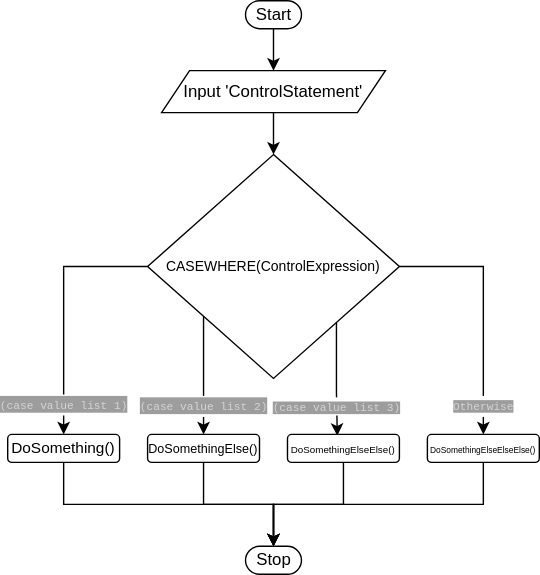
Earlier version of the draw.io export 3multiway/drawio/multiway1.drawio.svg (amydevs/php-assignments). Source tidied: cells renumbered, new cells last; positions are measured from the earlier drawing's top-left corner, leaving out a move shared by most shapes.
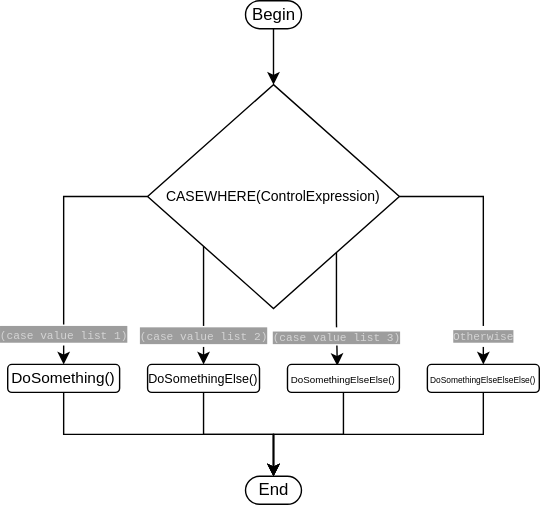
The same file after the commit.

The edit, as a diff of the source:
```diff
@@ -2,18 +2,12 @@
   <root>
     <mxCell id="0" />
     <mxCell id="1" parent="0" />
-    <mxCell id="2" style="edgeStyle=orthogonalEdgeStyle;rounded=0;jettySize=auto;html=1;" parent="1" edge="1" source="3" target="5">
-      <mxGeometry relative="1" as="geometry" />
-    </mxCell>
+    <mxCell id="21" style="edgeStyle=orthogonalEdgeStyle;rounded=0;jettySize=auto;html=1;" parent="1" edge="1" source="3" target="9">
+      <mxGeometry relative="1" as="geometry" />
+    </mxCell>
-    <mxCell id="3" value="Start" style="html=1;dashed=0;whitespace=wrap;shape=mxgraph.dfd.start;" parent="1" vertex="1">
-      <mxGeometry x="170" width="40" height="20" as="geometry" />
+    <mxCell id="3" value="Begin" style="html=1;dashed=0;whitespace=wrap;shape=mxgraph.dfd.start;" parent="1" vertex="1">
+      <mxGeometry x="170" y="50" width="40" height="20" as="geometry" />
     </mxCell>
-    <mxCell id="4" style="edgeStyle=orthogonalEdgeStyle;rounded=0;jettySize=auto;html=1;" parent="1" edge="1" source="5" target="9">
-      <mxGeometry relative="1" as="geometry" />
-    </mxCell>
-    <mxCell id="5" value="&lt;font style=&quot;font-size: 12px&quot;&gt;Input 'ControlStatement'&lt;/font&gt;" style="shape=parallelogram;perimeter=parallelogramPerimeter;whiteSpace=wrap;html=1;fixedSize=1;" parent="1" vertex="1">
-      <mxGeometry x="110" y="50" width="160" height="30" as="geometry" />
-    </mxCell>
     <mxCell id="6" value="&lt;span style=&quot;color: rgb(212 , 212 , 212) ; font-family: &amp;#34;droid sans mono&amp;#34; , monospace , monospace , &amp;#34;droid sans fallback&amp;#34; ; font-style: normal ; font-weight: 400 ; letter-spacing: normal ; text-indent: 0px ; text-transform: none ; word-spacing: 0px ; background-color: rgba(10 , 10 , 10 , 0.4) ; display: inline ; float: none&quot;&gt;&lt;font style=&quot;font-size: 8px&quot;&gt;(case value list 1)&lt;/font&gt;&lt;/span&gt;" style="edgeStyle=orthogonalEdgeStyle;rounded=0;jettySize=auto;html=1;exitX=0;exitY=0.5;exitDx=0;exitDy=0;" parent="1" edge="1" source="9" target="11">
       <mxGeometry x="0.76" relative="1" as="geometry" />
     </mxCell>
@@ -61,7 +55,7 @@
     <mxCell id="17" value="&lt;font style=&quot;font-size: 6px&quot;&gt;DoSomethingElseElseElse()&lt;/font&gt;" style="rounded=1;whiteSpace=wrap;html=1;" parent="1" vertex="1">
       <mxGeometry x="300" y="310" width="80" height="20" as="geometry" />
     </mxCell>
-    <mxCell id="18" value="Stop" style="html=1;dashed=0;whitespace=wrap;shape=mxgraph.dfd.start;" parent="1" vertex="1">
+    <mxCell id="18" value="End" style="html=1;dashed=0;whitespace=wrap;shape=mxgraph.dfd.start;" parent="1" vertex="1">
       <mxGeometry x="170" y="390" width="40" height="20" as="geometry" />
     </mxCell>
     <mxCell id="19" value="&lt;span style=&quot;color: rgb(212 , 212 , 212) ; font-family: &amp;#34;droid sans mono&amp;#34; , monospace , monospace , &amp;#34;droid sans fallback&amp;#34; ; font-style: normal ; font-weight: 400 ; letter-spacing: normal ; text-align: center ; text-indent: 0px ; text-transform: none ; word-spacing: 0px ; background-color: rgba(10 , 10 , 10 , 0.4) ; display: inline ; float: none&quot;&gt;&lt;font style=&quot;font-size: 8px&quot;&gt;(case value list 2)&lt;/font&gt;&lt;/span&gt;" style="edgeStyle=orthogonalEdgeStyle;rounded=0;jettySize=auto;html=1;entryX=0.5;entryY=0;entryDx=0;entryDy=0;" parent="1" edge="1" source="9" target="13">
```
